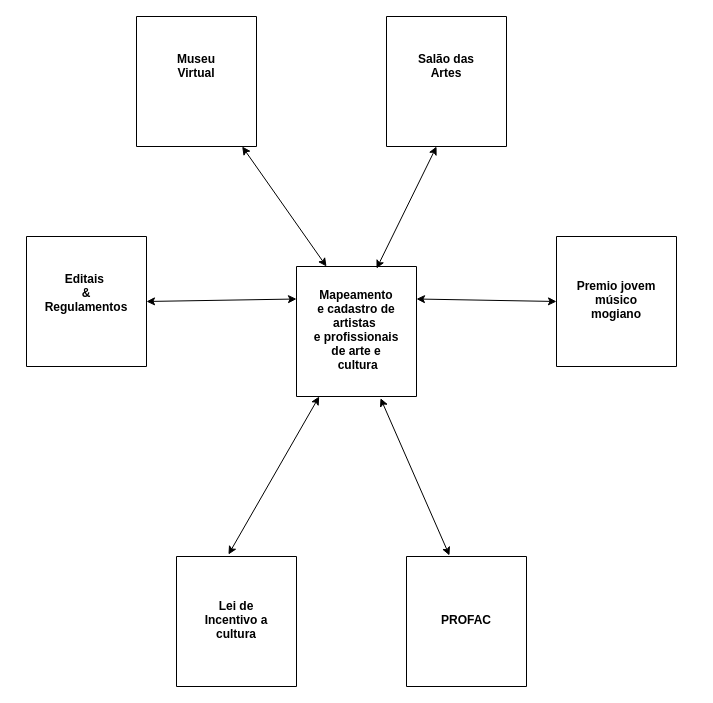
This is Cultura/use-case-diagrams/Diagrama sem nome.drawio from NelioJunior/prefeitura-mogi-das-cruzes, a draw.io file, before an edit. Source tidied: cells renumbered, new cells numbered last; positions are measured from the earlier drawing's top-left corner, leaving out a move shared by most shapes. Both pictures are drawn from the tidied source at 100%, with x=0, y=0 at pixel (26, 16).
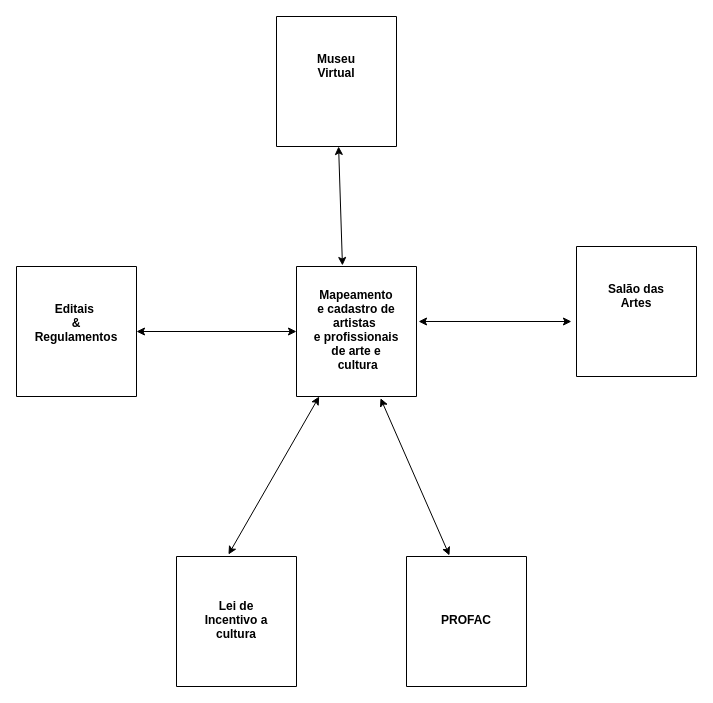
After the change.

What changed in the source:
```diff
@@
 <mxGraphModel>
   <root>
     <mxCell id="0" />
     <mxCell id="1" parent="0" />
     <mxCell id="2" value="&#10;&#10;&#10;&#10;&#10;&#10;&#10;&#10;Museu&#10;Virtual&#10;" style="swimlane;startSize=0;" parent="1" vertex="1">
-      <mxGeometry x="110" width="120" height="130" as="geometry" />
+      <mxGeometry x="250" width="120" height="130" as="geometry" />
     </mxCell>
-    <mxCell id="3" style="endArrow=classic;startArrow=classic;html=1;rounded=0;entryX=0.25;entryY=0;entryDx=0;entryDy=0;" parent="1" edge="1" source="2" target="10">
+    <mxCell id="3" style="endArrow=classic;startArrow=classic;html=1;rounded=0;entryX=0.383;entryY=-0.008;entryDx=0;entryDy=0;entryPerimeter=0;" parent="1" edge="1" source="2" target="10">
       <mxGeometry relative="1" as="geometry" />
     </mxCell>
     <mxCell id="4" style="endArrow=classic;startArrow=classic;html=1;rounded=0;exitX=0.7;exitY=1.013;exitDx=0;exitDy=0;entryX=0.358;entryY=-0.008;entryDx=0;entryDy=0;entryPerimeter=0;exitPerimeter=0;" parent="1" edge="1" source="10" target="5">
       <mxGeometry relative="1" as="geometry" />
     </mxCell>
     <mxCell id="5" value="&#10;&#10;&#10;&#10;&#10;&#10;&#10;&#10;&#10;PROFAC" style="swimlane;startSize=0;" parent="1" vertex="1">
       <mxGeometry x="380" y="540" width="120" height="130" as="geometry" />
     </mxCell>
     <mxCell id="6" value="&#10;&#10;&#10;&#10;&#10;&#10;&#10;&#10;&#10;Lei de&#10;Incentivo a&#10;cultura" style="swimlane;startSize=0;" parent="1" vertex="1">
       <mxGeometry x="150" y="540" width="120" height="130" as="geometry" />
     </mxCell>
     <mxCell id="7" style="endArrow=classic;startArrow=classic;html=1;rounded=0;exitX=0.433;exitY=-0.015;exitDx=0;exitDy=0;exitPerimeter=0;" parent="1" edge="1" source="6" target="10">
       <mxGeometry relative="1" as="geometry" />
     </mxCell>
     <mxCell id="8" value="&#10;&#10;&#10;&#10;&#10;&#10;&#10;&#10;Editais &#10;&amp;&#10;Regulamentos" style="swimlane;startSize=0;" parent="1" vertex="1">
-      <mxGeometry y="220" width="120" height="130" as="geometry" />
+      <mxGeometry x="-10" y="250" width="120" height="130" as="geometry" />
     </mxCell>
-    <mxCell id="9" style="endArrow=classic;startArrow=classic;html=1;rounded=0;exitX=1;exitY=0.5;exitDx=0;exitDy=0;entryX=0;entryY=0.25;entryDx=0;entryDy=0;" parent="1" edge="1" source="8" target="10">
+    <mxCell id="9" style="endArrow=classic;startArrow=classic;html=1;rounded=0;exitX=1;exitY=0.5;exitDx=0;exitDy=0;entryX=0;entryY=0.5;entryDx=0;entryDy=0;" parent="1" edge="1" source="8" target="10">
       <mxGeometry relative="1" as="geometry" />
     </mxCell>
     <mxCell id="10" value="&#10;&#10;&#10;&#10;&#10;&#10;&#10;&#10;&#10;&#10;&#10;Mapeamento&#10;e cadastro de&#10;artistas &#10;e profissionais&#10;de arte e&#10; cultura&#10;&#10;" style="swimlane;startSize=0;" parent="1" vertex="1">
       <mxGeometry x="270" y="250" width="120" height="130" as="geometry" />
     </mxCell>
     <mxCell id="11" value="&#10;&#10;&#10;&#10;&#10;&#10;&#10;&#10;&#10;Salão das&#10;Artes&#10;&#10;" style="swimlane;startSize=0;" parent="1" vertex="1">
-      <mxGeometry x="360" width="120" height="130" as="geometry" />
+      <mxGeometry x="550" y="230" width="120" height="130" as="geometry" />
     </mxCell>
-    <mxCell id="12" style="endArrow=classic;startArrow=classic;html=1;rounded=0;entryX=0.667;entryY=0.016;entryDx=0;entryDy=0;entryPerimeter=0;exitX=0.417;exitY=1;exitDx=0;exitDy=0;exitPerimeter=0;" parent="1" edge="1" source="11" target="10">
+    <mxCell id="12" style="endArrow=classic;startArrow=classic;html=1;rounded=0;entryX=1.017;entryY=0.423;entryDx=0;entryDy=0;entryPerimeter=0;exitX=-0.042;exitY=0.577;exitDx=0;exitDy=0;exitPerimeter=0;" parent="1" edge="1" source="11" target="10">
       <mxGeometry relative="1" as="geometry" />
     </mxCell>
-    <mxCell id="13" value="&#10;&#10;&#10;&#10;&#10;&#10;&#10;&#10;&#10;Premio jovem&#10;músico&#10;mogiano" style="swimlane;startSize=0;" parent="1" vertex="1">
-      <mxGeometry x="530" y="220" width="120" height="130" as="geometry" />
-    </mxCell>
-    <mxCell id="14" style="endArrow=classic;startArrow=classic;html=1;rounded=0;entryX=1;entryY=0.25;entryDx=0;entryDy=0;exitX=0;exitY=0.5;exitDx=0;exitDy=0;" parent="1" edge="1" source="13" target="10">
-      <mxGeometry relative="1" as="geometry" />
-    </mxCell>
   </root>
 </mxGraphModel>
```
